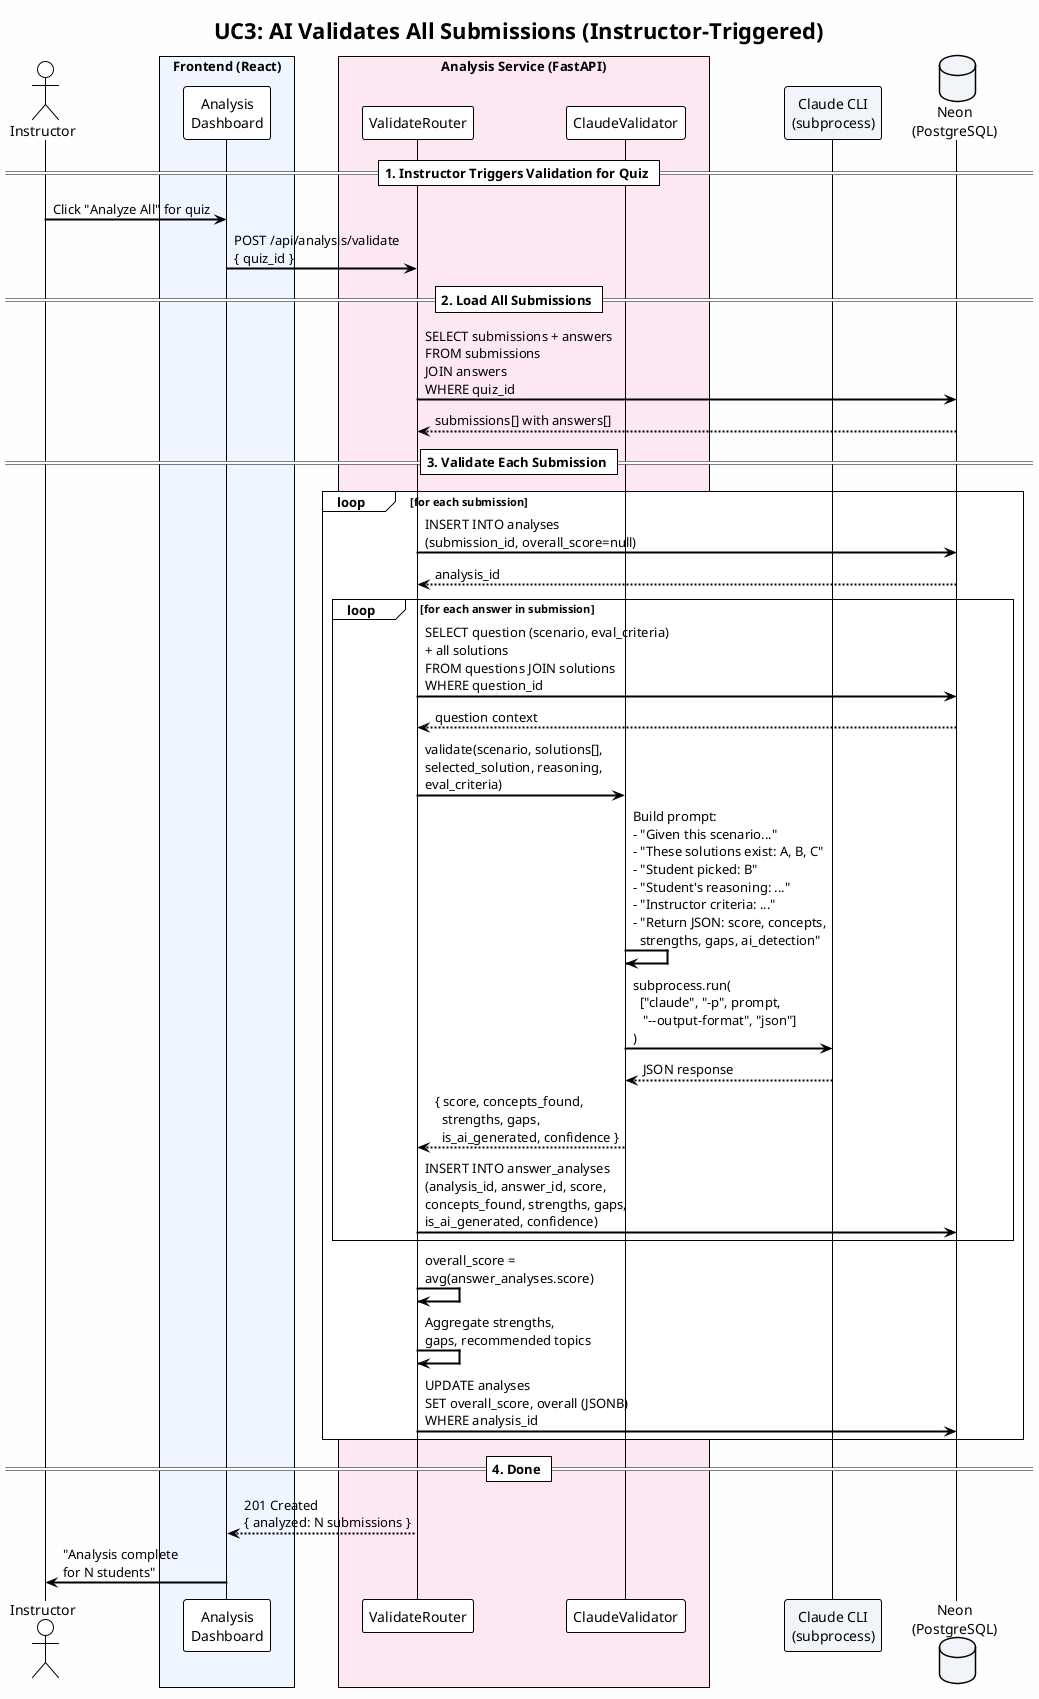
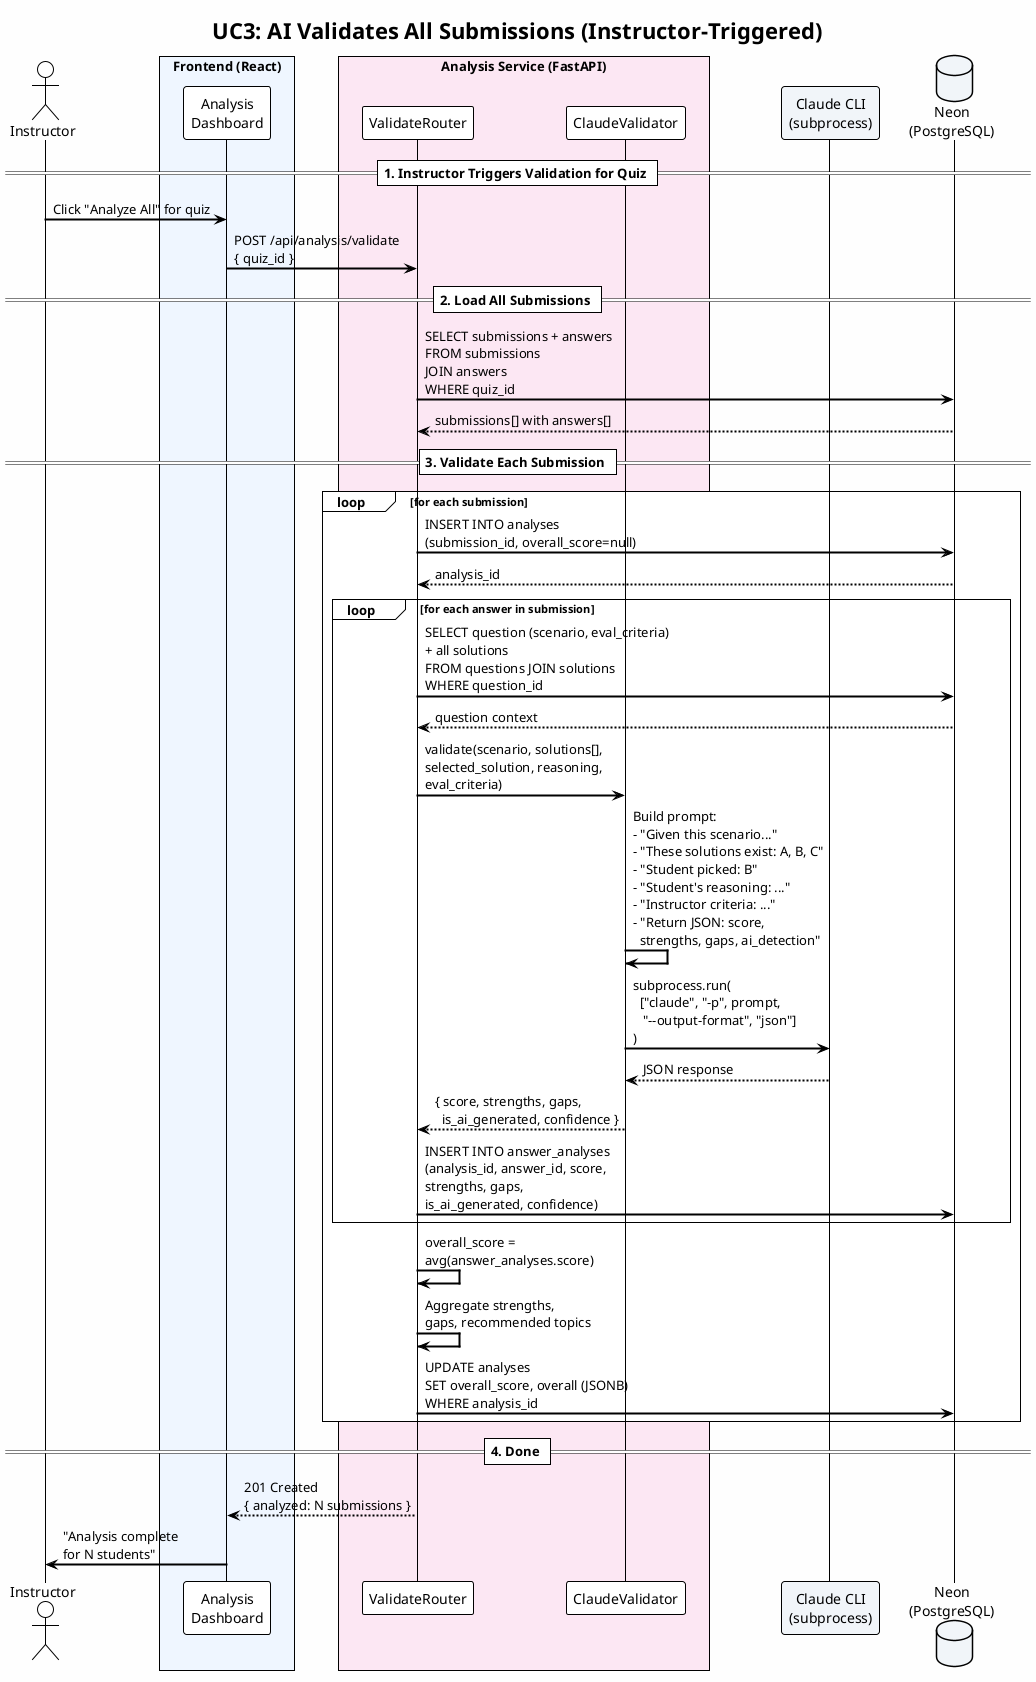
@startuml AI Validates All Submissions for Quiz
!theme plain
skinparam backgroundColor #FEFEFE
skinparam defaultFontName "Segoe UI"
skinparam shadowing false
skinparam sequenceArrowThickness 2
skinparam participantPadding 20
skinparam boxPadding 10

title UC3: AI Validates All Submissions (Instructor-Triggered)

actor Instructor as I
box "Frontend (React)" #EFF6FF
  participant "Analysis\nDashboard" as AD
end box
box "Analysis Service (FastAPI)" #FCE7F3
  participant "ValidateRouter" as VR
  participant "ClaudeValidator" as CV
end box
participant "Claude CLI\n(subprocess)" as CLI #F1F5F9
database "Neon\n(PostgreSQL)" as DB #F1F5F9

== 1. Instructor Triggers Validation for Quiz ==

I -> AD : Click "Analyze All" for quiz
AD -> VR : POST /api/analysis/validate\n{ quiz_id }

== 2. Load All Submissions ==

VR -> DB : SELECT submissions + answers\nFROM submissions\nJOIN answers\nWHERE quiz_id
DB --> VR : submissions[] with answers[]

== 3. Validate Each Submission ==

loop for each submission
  VR -> DB : INSERT INTO analyses\n(submission_id, overall_score=null)
  DB --> VR : analysis_id

  loop for each answer in submission
    VR -> DB : SELECT question (scenario, eval_criteria)\n+ all solutions\nFROM questions JOIN solutions\nWHERE question_id
    DB --> VR : question context

    VR -> CV : validate(scenario, solutions[],\nselected_solution, reasoning,\neval_criteria)
-     CV -> CV : Build prompt:\n- "Given this scenario..."\n- "These solutions exist: A, B, C"\n- "Student picked: B"\n- "Student's reasoning: ..."\n- "Instructor criteria: ..."\n- "Return JSON: score, concepts,\n  strengths, gaps, ai_detection"
+     CV -> CV : Build prompt:\n- "Given this scenario..."\n- "These solutions exist: A, B, C"\n- "Student picked: B"\n- "Student's reasoning: ..."\n- "Instructor criteria: ..."\n- "Return JSON: score,\n  strengths, gaps, ai_detection"
    CV -> CLI : subprocess.run(\n  ["claude", "-p", prompt,\n   "--output-format", "json"]\n)
    CLI --> CV : JSON response
-     CV --> VR : { score, concepts_found,\n  strengths, gaps,\n  is_ai_generated, confidence }
-     VR -> DB : INSERT INTO answer_analyses\n(analysis_id, answer_id, score,\nconcepts_found, strengths, gaps,\nis_ai_generated, confidence)
+     CV --> VR : { score, strengths, gaps,\n  is_ai_generated, confidence }
+     VR -> DB : INSERT INTO answer_analyses\n(analysis_id, answer_id, score,\nstrengths, gaps,\nis_ai_generated, confidence)
  end

  VR -> VR : overall_score =\navg(answer_analyses.score)
  VR -> VR : Aggregate strengths,\ngaps, recommended topics
  VR -> DB : UPDATE analyses\nSET overall_score, overall (JSONB)\nWHERE analysis_id
end

== 4. Done ==

VR --> AD : 201 Created\n{ analyzed: N submissions }
AD -> I : "Analysis complete\nfor N students"

@enduml
